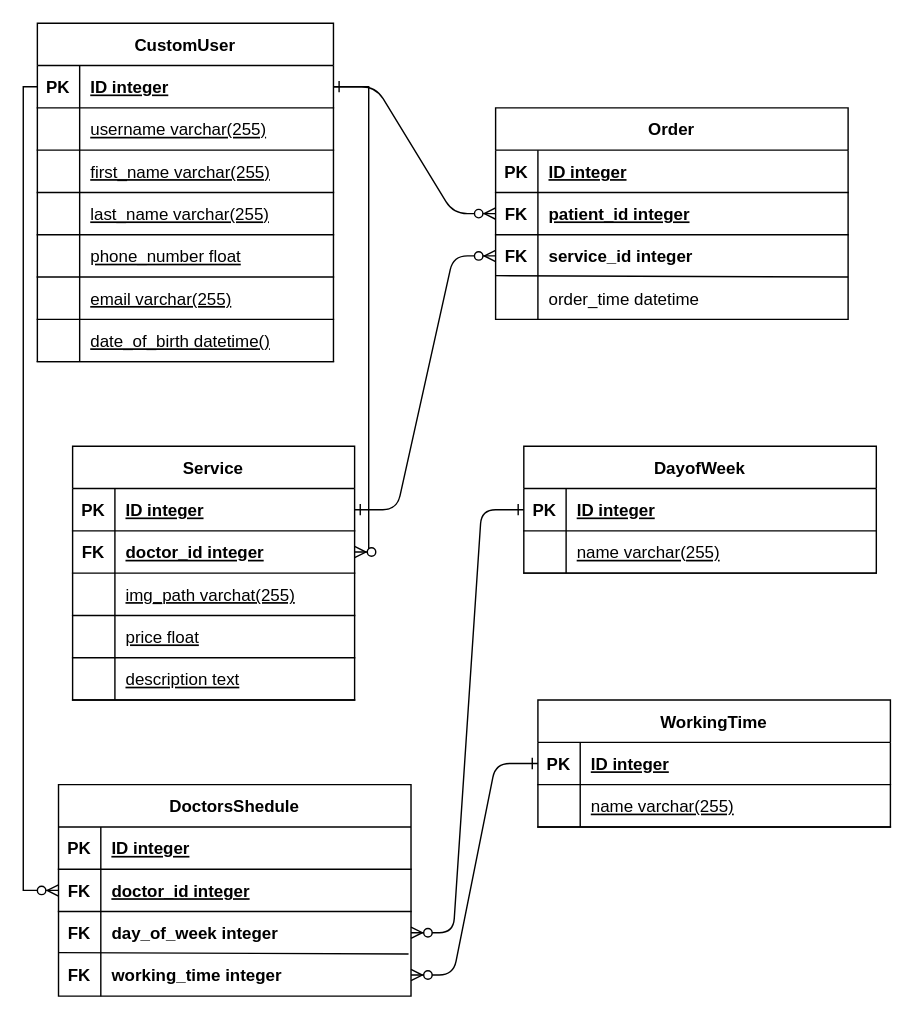
mbayzhanova/Dental_clinic keeps this draw.io diagram as Диаграмма без названия.drawio. Above is the earlier version. Source tidied: cells renumbered, new cells numbered last; positions are measured from the earlier drawing's top-left corner, leaving out a move shared by most shapes. Both pictures are drawn from the tidied source at 141%, with x=0, y=0 at pixel (37, 23).
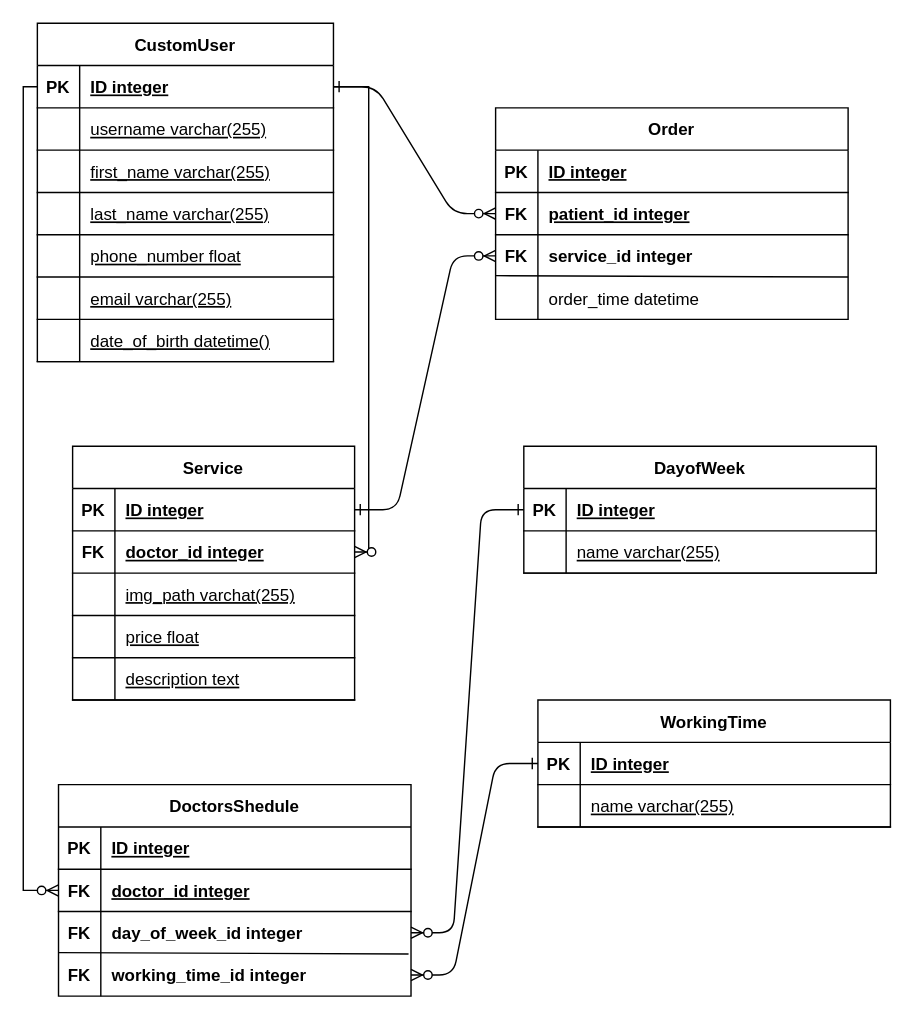
After the change.

The change refers to these unchanged cells:
```xml
<mxCell id="76" style="shape=partialRectangle;fillColor=none;points=[[0,0.5],[1,0.5]];portConstraint=eastwest;top=0;left=0;right=0;bottom=0;" parent="69" vertex="1">
  <mxGeometry y="90" width="250" height="30" as="geometry" />
</mxCell>
<mxCell id="79" style="shape=partialRectangle;fillColor=none;points=[[0,0.5],[1,0.5]];portConstraint=eastwest;top=0;left=0;right=0;bottom=0;" parent="69" vertex="1">
  <mxGeometry y="120" width="250" height="30" as="geometry" />
</mxCell>
```

What changed in the source:
```diff
@@
-    <mxCell id="78" value="day_of_week integer" style="shape=partialRectangle;overflow=hidden;fillColor=none;top=0;left=0;bottom=0;right=0;align=left;spacingLeft=6;fontStyle=1;" parent="76" vertex="1">
+    <mxCell id="78" value="day_of_week_id integer" style="shape=partialRectangle;overflow=hidden;fillColor=none;top=0;left=0;bottom=0;right=0;align=left;spacingLeft=6;fontStyle=1;" parent="76" vertex="1">
       <mxGeometry x="30" width="220" height="30" as="geometry" />
     </mxCell>
@@
-    <mxCell id="81" value="working_time integer" style="shape=partialRectangle;overflow=hidden;fillColor=none;top=0;left=0;bottom=0;right=0;align=left;spacingLeft=6;fontStyle=1;" parent="79" vertex="1">
+    <mxCell id="81" value="working_time_id integer" style="shape=partialRectangle;overflow=hidden;fillColor=none;top=0;left=0;bottom=0;right=0;align=left;spacingLeft=6;fontStyle=1;" parent="79" vertex="1">
       <mxGeometry x="30" width="220" height="30" as="geometry" />
     </mxCell>
```
